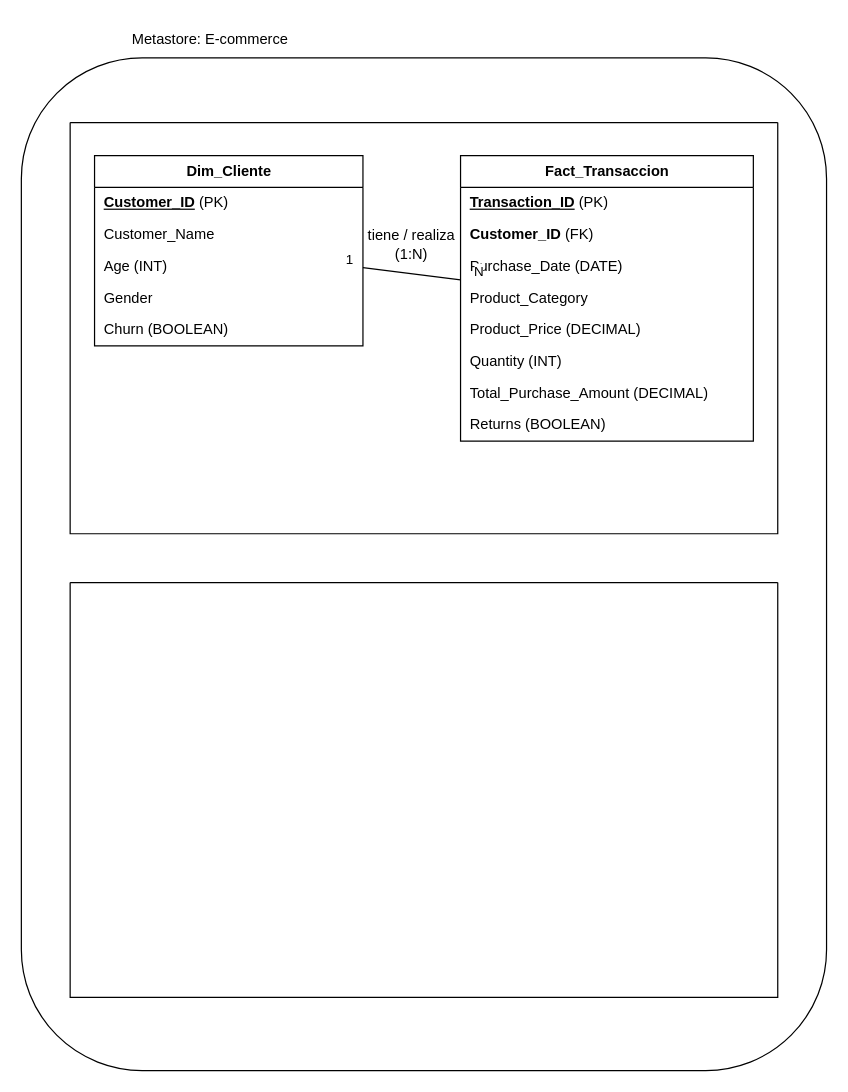
The draw.io diagram Esquema.drawio in tatiorozco5/BigData, before the edit. Source tidied: cells renumbered, new cells numbered last; positions are measured from the earlier drawing's top-left corner, leaving out a move shared by most shapes. Both pictures are drawn from the tidied source at 122%, with x=0, y=0 at pixel (21, 21).
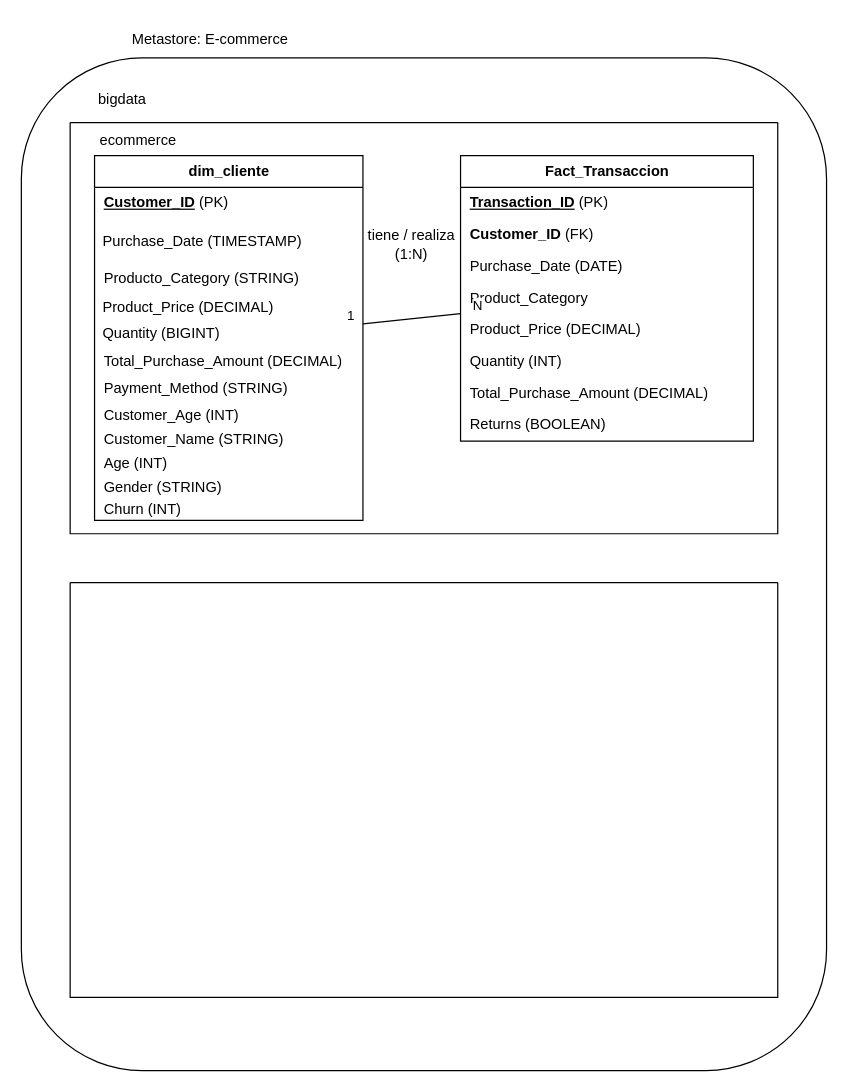
The same diagram, later.

Unchanged cells that the change refers to:
```xml
<mxCell id="22" style="swimlane;startSize=0;" parent="1" vertex="1">
  <mxGeometry x="40" y="83" width="580" height="337" as="geometry" />
</mxCell>
```

The edit, as a diff of the source:
```diff
@@
-    <mxCell id="3" value="&lt;b&gt;Dim_Cliente&lt;/b&gt;" style="swimlane;fontStyle=0;horizontal=1;startSize=26;limitation=0;tableGroup=1;tableGroupCounter=1;tableGroupDepth=1;fontSize=12;html=1;" parent="1" vertex="1">
-      <mxGeometry x="60" y="110" width="220" height="156" as="geometry" />
+    <mxCell id="3" value="&lt;b&gt;dim_cliente&lt;/b&gt;" style="swimlane;fontStyle=0;horizontal=1;startSize=26;limitation=0;tableGroup=1;tableGroupCounter=1;tableGroupDepth=1;fontSize=12;html=1;" parent="1" vertex="1">
+      <mxGeometry x="60" y="110" width="220" height="299" as="geometry" />
     </mxCell>
@@
-    <mxCell id="5" value="&lt;p style=&quot;margin:0px;margin-left:4px;text-align:left;&quot;&gt;Customer_Name&lt;/p&gt;" style="label;borderWidth=1;html=1;align=left;verticalAlign=middle;spacingLeft=2;fontStyle=0;overflow=hidden;whiteSpace=wrap;fillColor=none;strokeColor=none;" parent="3" vertex="1">
-      <mxGeometry y="52" width="220" height="26" as="geometry" />
-    </mxCell>
     <mxCell id="6" value="&lt;p style=&quot;margin:0px;margin-left:4px;text-align:left;&quot;&gt;Age (INT)&lt;/p&gt;" style="label;borderWidth=1;html=1;align=left;verticalAlign=middle;spacingLeft=2;fontStyle=0;overflow=hidden;whiteSpace=wrap;fillColor=none;strokeColor=none;" parent="3" vertex="1">
-      <mxGeometry y="78" width="220" height="26" as="geometry" />
+      <mxGeometry y="240" width="220" height="26" as="geometry" />
     </mxCell>
-    <mxCell id="7" value="&lt;p style=&quot;margin:0px;margin-left:4px;text-align:left;&quot;&gt;Gender&lt;/p&gt;" style="label;borderWidth=1;html=1;align=left;verticalAlign=middle;spacingLeft=2;fontStyle=0;overflow=hidden;whiteSpace=wrap;fillColor=none;strokeColor=none;" parent="3" vertex="1">
-      <mxGeometry y="104" width="220" height="26" as="geometry" />
-    </mxCell>
-    <mxCell id="8" value="&lt;p style=&quot;margin:0px;margin-left:4px;text-align:left;&quot;&gt;Churn (BOOLEAN)&lt;/p&gt;" style="label;borderWidth=1;html=1;align=left;verticalAlign=middle;spacingLeft=2;fontStyle=0;overflow=hidden;whiteSpace=wrap;fillColor=none;strokeColor=none;" parent="3" vertex="1">
-      <mxGeometry y="130" width="220" height="26" as="geometry" />
+    <mxCell id="8" value="&lt;p style=&quot;margin:0px;margin-left:4px;text-align:left;&quot;&gt;Churn (INT)&lt;/p&gt;" style="label;borderWidth=1;html=1;align=left;verticalAlign=middle;spacingLeft=2;fontStyle=0;overflow=hidden;whiteSpace=wrap;fillColor=none;strokeColor=none;" parent="3" vertex="1">
+      <mxGeometry y="277" width="220" height="26" as="geometry" />
     </mxCell>
+    <mxCell id="25" value="ecommerce" style="text;html=1;align=center;verticalAlign=middle;whiteSpace=wrap;rounded=0;" parent="3" vertex="1">
+      <mxGeometry x="6" y="-27" width="60" height="30" as="geometry" />
+    </mxCell>
@@
+    <mxCell id="7" value="&lt;p style=&quot;margin:0px;margin-left:4px;text-align:left;&quot;&gt;Gender (STRING)&lt;/p&gt;" style="label;borderWidth=1;html=1;align=left;verticalAlign=middle;spacingLeft=2;fontStyle=0;overflow=hidden;whiteSpace=wrap;fillColor=none;strokeColor=none;" parent="22" vertex="1">
+      <mxGeometry x="20" y="286" width="220" height="26" as="geometry" />
+    </mxCell>
+    <mxCell id="26" value="&lt;p style=&quot;margin:0px;margin-left:4px;text-align:left;&quot;&gt;Customer_Name (STRING)&lt;/p&gt;" style="label;borderWidth=1;html=1;align=left;verticalAlign=middle;spacingLeft=2;fontStyle=0;overflow=hidden;whiteSpace=wrap;fillColor=none;strokeColor=none;" parent="22" vertex="1">
+      <mxGeometry x="20" y="247" width="220" height="26" as="geometry" />
+    </mxCell>
+    <mxCell id="27" value="&lt;p style=&quot;margin:0px;margin-left:4px;text-align:left;&quot;&gt;Customer_Age (INT)&lt;/p&gt;" style="label;borderWidth=1;html=1;align=left;verticalAlign=middle;spacingLeft=2;fontStyle=0;overflow=hidden;whiteSpace=wrap;fillColor=none;strokeColor=none;" parent="22" vertex="1">
+      <mxGeometry x="20" y="227" width="220" height="26" as="geometry" />
+    </mxCell>
+    <mxCell id="28" value="Quantity (BIGINT)" style="label;borderWidth=1;html=1;align=left;verticalAlign=middle;spacingLeft=2;fontStyle=0;overflow=hidden;whiteSpace=wrap;fillColor=none;strokeColor=none;" parent="22" vertex="1">
+      <mxGeometry x="23" y="160" width="220" height="26" as="geometry" />
+    </mxCell>
+    <mxCell id="29" value="Product_Price (DECIMAL)" style="label;borderWidth=1;html=1;align=left;verticalAlign=middle;spacingLeft=2;fontStyle=0;overflow=hidden;whiteSpace=wrap;fillColor=none;strokeColor=none;" parent="22" vertex="1">
+      <mxGeometry x="23" y="139" width="220" height="26" as="geometry" />
+    </mxCell>
+    <mxCell id="30" value="Purchase_Date (TIMESTAMP)" style="label;borderWidth=1;html=1;align=left;verticalAlign=middle;spacingLeft=2;fontStyle=0;overflow=hidden;whiteSpace=wrap;fillColor=none;strokeColor=none;" parent="22" vertex="1">
+      <mxGeometry x="23" y="85" width="220" height="26" as="geometry" />
+    </mxCell>
@@
+    <mxCell id="31" value="bigdata" style="text;html=1;align=center;verticalAlign=middle;whiteSpace=wrap;rounded=0;" parent="1" vertex="1">
+      <mxGeometry x="53" y="49" width="60" height="30" as="geometry" />
+    </mxCell>
+    <mxCell id="32" value="&lt;p style=&quot;margin:0px;margin-left:4px;text-align:left;&quot;&gt;Payment_Method (STRING)&lt;/p&gt;" style="label;borderWidth=1;html=1;align=left;verticalAlign=middle;spacingLeft=2;fontStyle=0;overflow=hidden;whiteSpace=wrap;fillColor=none;strokeColor=none;" parent="1" vertex="1">
+      <mxGeometry x="60" y="288" width="220" height="26" as="geometry" />
+    </mxCell>
+    <mxCell id="33" value="Total_Purchase_Amount (DECIMAL)" style="label;borderWidth=1;html=1;align=left;verticalAlign=middle;spacingLeft=2;fontStyle=0;overflow=hidden;whiteSpace=wrap;fillColor=none;strokeColor=none;" parent="1" vertex="1">
+      <mxGeometry x="64" y="266" width="220" height="26" as="geometry" />
+    </mxCell>
+    <mxCell id="34" value="Producto_Category (STRING)" style="label;borderWidth=1;html=1;align=left;verticalAlign=middle;spacingLeft=2;fontStyle=0;overflow=hidden;whiteSpace=wrap;fillColor=none;strokeColor=none;" parent="1" vertex="1">
+      <mxGeometry x="64" y="198" width="220" height="26" as="geometry" />
+    </mxCell>
```
